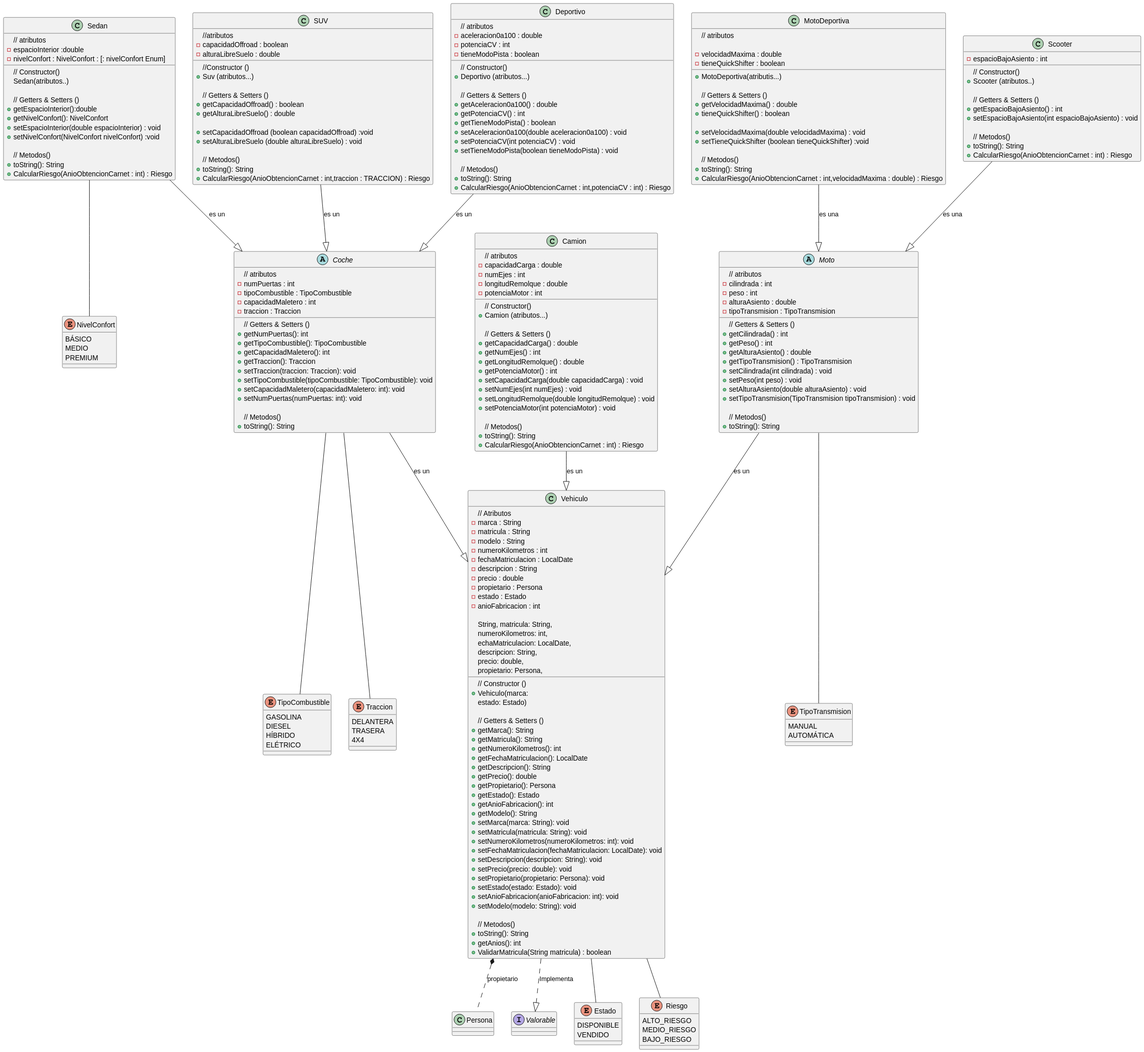
This is uml/diagrama_clases.svg from emgh7453/UT5_ED_Prog, a PlantUML export, as it was before one commit.
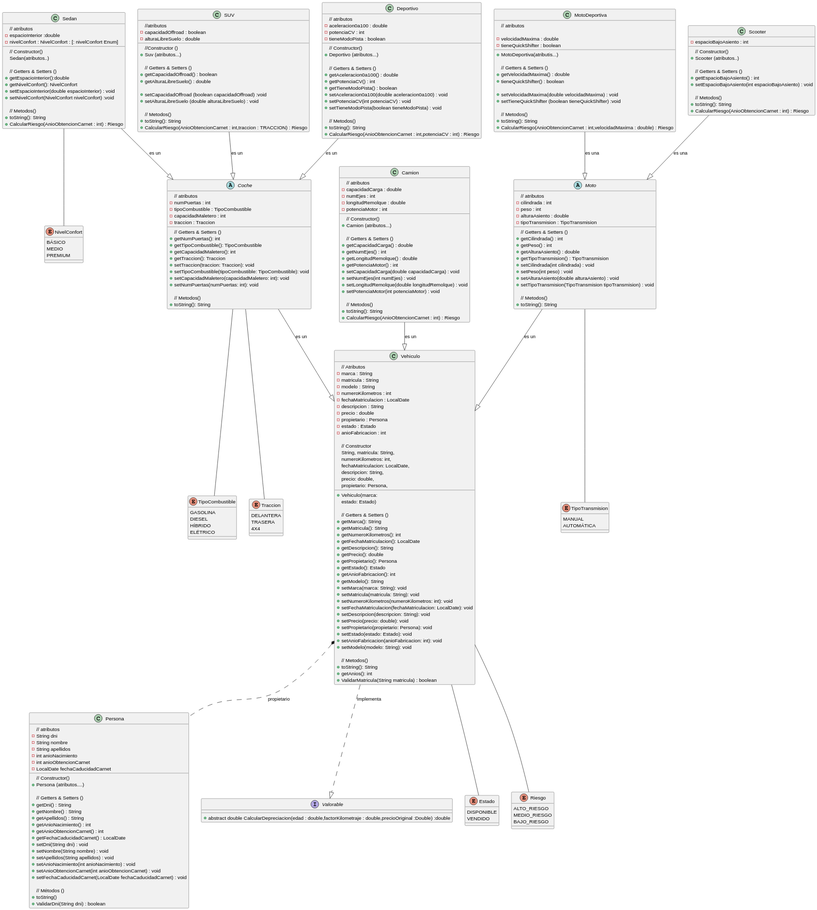
Later version of the same file.

Commit message:
Edicion de Persona y Valorable

Diff of the diagram source:
```diff
@@ -76,11 +76,11 @@
   - estado : Estado
   - anioFabricacion : int
 
-// Constructor ()
+// Constructor
   + Vehiculo(marca:
   String, matricula: String,
   numeroKilometros: int,
-  echaMatriculacion: LocalDate,
+  fechaMatriculacion: LocalDate,
   descripcion: String,
   precio: double,
   propietario: Persona,
@@ -276,4 +276,40 @@
  + toString(): String
  + CalcularRiesgo(AnioObtencionCarnet : int) : Riesgo
 }
+
+interface Valorable{
++ abstract double CalcularDepreciacion(edad : double,factorKilometraje : double,precioOriginal :Double) :double
+}
+
+class Persona{
+// atributos
+- String dni
+- String nombre
+- String apellidos
+- int anioNacimiento
+- int anioObtencionCarnet
+- LocalDate fechaCaducidadCarnet
+
+// Constructor()
++ Persona (atributos....)
+
+// Getters & Setters ()
++ getDni() : String
++ getNombre() : String
++ getApellidos() : String
++ getAnioNacimiento() : int
++ getAnioObtencionCarnet() : int
++ getFechaCaducidadCarnet() : LocalDate
++ setDni(String dni) : void
++ setNombre(String nombre) : void
++ setApellidos(String apellidos) : void
++ setAnioNacimiento(int anioNacimiento) : void
++ setAnioObtencionCarnet(int anioObtencionCarnet) : void
++ setFechaCaducidadCarnet(LocalDate fechaCaducidadCarnet) : void
+
+// Métodos ()
++ toString()
++ ValidarDni(String dni) : boolean
+
+}
 @enduml
```
